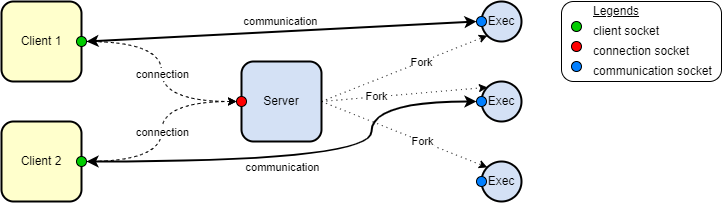
This is SchemaEtape1&2.drawio.png from Yalkann/ProjetFTP, a draw.io export, as it was before one commit. Source tidied: cells renumbered, new cells last; positions are measured from the earlier drawing's top-left corner, leaving out a move shared by most shapes.
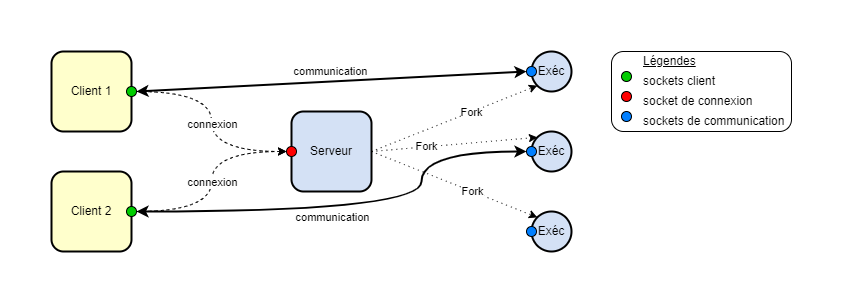
After the commit.

The edit, as a diff of the source:
```diff
@@ -3,12 +3,12 @@
     <mxCell id="0" />
     <mxCell id="1" parent="0" />
     <mxCell id="2" style="rounded=1;whiteSpace=wrap;html=1;shadow=0;sketch=0;strokeColor=default;strokeWidth=1;fillColor=default;gradientColor=none;" parent="1" vertex="1">
-      <mxGeometry x="560" width="160" height="80" as="geometry" />
+      <mxGeometry x="560" width="180" height="80" as="geometry" />
     </mxCell>
     <mxCell id="3" value="Client 1" style="rounded=1;whiteSpace=wrap;html=1;strokeWidth=2;fillColor=#FFFFCC;" parent="1" vertex="1">
       <mxGeometry width="80" height="80" as="geometry" />
     </mxCell>
-    <mxCell id="4" value="Server" style="rounded=1;whiteSpace=wrap;html=1;strokeWidth=2;fillColor=#D4E1F5;" parent="1" vertex="1">
+    <mxCell id="4" value="Serveur" style="rounded=1;whiteSpace=wrap;html=1;strokeWidth=2;fillColor=#D4E1F5;" parent="1" vertex="1">
       <mxGeometry x="240" y="60" width="80" height="80" as="geometry" />
     </mxCell>
     <mxCell id="5" value="Client 2" style="rounded=1;whiteSpace=wrap;html=1;strokeWidth=2;fillColor=#FFFFCC;" parent="1" vertex="1">
@@ -23,13 +23,13 @@
     <mxCell id="8" style="ellipse;whiteSpace=wrap;html=1;shadow=0;sketch=0;strokeColor=default;fillColor=#FF0000;gradientColor=none;" parent="1" vertex="1">
       <mxGeometry x="235" y="95" width="10" height="10" as="geometry" />
     </mxCell>
-    <mxCell id="9" value="Exec" style="ellipse;whiteSpace=wrap;html=1;shadow=0;sketch=0;strokeColor=default;fillColor=#D4E1F5;gradientColor=none;strokeWidth=2;" parent="1" vertex="1">
+    <mxCell id="9" value="Exéc" style="ellipse;whiteSpace=wrap;html=1;shadow=0;sketch=0;strokeColor=default;fillColor=#D4E1F5;gradientColor=none;strokeWidth=2;" parent="1" vertex="1">
       <mxGeometry x="480" width="40" height="40" as="geometry" />
     </mxCell>
-    <mxCell id="10" value="Exec" style="ellipse;whiteSpace=wrap;html=1;shadow=0;sketch=0;strokeColor=default;fillColor=#D4E1F5;gradientColor=none;strokeWidth=2;" parent="1" vertex="1">
+    <mxCell id="10" value="Exéc" style="ellipse;whiteSpace=wrap;html=1;shadow=0;sketch=0;strokeColor=default;fillColor=#D4E1F5;gradientColor=none;strokeWidth=2;" parent="1" vertex="1">
       <mxGeometry x="480" y="80" width="40" height="40" as="geometry" />
     </mxCell>
-    <mxCell id="11" value="Exec" style="ellipse;whiteSpace=wrap;html=1;shadow=0;sketch=0;strokeColor=default;fillColor=#D4E1F5;gradientColor=none;strokeWidth=2;" parent="1" vertex="1">
+    <mxCell id="11" value="Exéc" style="ellipse;whiteSpace=wrap;html=1;shadow=0;sketch=0;strokeColor=default;fillColor=#D4E1F5;gradientColor=none;strokeWidth=2;" parent="1" vertex="1">
       <mxGeometry x="480" y="160" width="40" height="40" as="geometry" />
     </mxCell>
     <mxCell id="12" style="ellipse;whiteSpace=wrap;html=1;shadow=0;sketch=0;strokeColor=default;fillColor=#007FFF;gradientColor=none;" parent="1" vertex="1">
@@ -60,7 +60,7 @@
     <mxCell id="18" style="endArrow=classic;html=1;rounded=0;strokeColor=default;strokeWidth=1;exitX=1;exitY=0.5;exitDx=0;exitDy=0;entryX=0;entryY=0.5;entryDx=0;entryDy=0;dashed=1;edgeStyle=orthogonalEdgeStyle;curved=1;" parent="1" edge="1" source="6" target="8">
       <mxGeometry relative="1" as="geometry" />
     </mxCell>
-    <mxCell id="19" value="connection" style="edgeLabel;html=1;align=center;verticalAlign=middle;" parent="18" vertex="1">
+    <mxCell id="19" value="connexion" style="edgeLabel;html=1;align=center;verticalAlign=middle;" parent="18" vertex="1">
       <mxGeometry x="-0.09" y="-8" relative="1" as="geometry">
         <mxPoint x="8" y="11" as="offset" />
       </mxGeometry>
@@ -88,7 +88,7 @@
     <mxCell id="26" value="Fork" style="edgeLabel;html=1;align=center;verticalAlign=middle;" parent="1" vertex="1">
       <mxGeometry x="420" y="140" as="geometry" />
     </mxCell>
-    <mxCell id="27" value="connection" style="edgeLabel;html=1;align=center;verticalAlign=middle;" parent="1" vertex="1">
+    <mxCell id="27" value="connexion" style="edgeLabel;html=1;align=center;verticalAlign=middle;" parent="1" vertex="1">
       <mxGeometry x="160" y="130" as="geometry" />
     </mxCell>
     <mxCell id="28" value="communication" style="edgeLabel;html=1;align=center;verticalAlign=middle;" parent="1" vertex="1">
@@ -103,16 +103,16 @@
     <mxCell id="31" style="ellipse;whiteSpace=wrap;html=1;shadow=0;sketch=0;strokeColor=default;fillColor=#00CC00;gradientColor=none;" parent="1" vertex="1">
       <mxGeometry x="570" y="20" width="10" height="10" as="geometry" />
     </mxCell>
-    <mxCell id="32" value="client socket" style="text;html=1;strokeColor=none;fillColor=none;align=left;verticalAlign=middle;whiteSpace=wrap;rounded=0;shadow=0;sketch=0;" parent="1" vertex="1">
+    <mxCell id="32" value="sockets client" style="text;html=1;strokeColor=none;fillColor=none;align=left;verticalAlign=middle;whiteSpace=wrap;rounded=0;shadow=0;sketch=0;" parent="1" vertex="1">
       <mxGeometry x="590" y="20" width="100" height="20" as="geometry" />
     </mxCell>
-    <mxCell id="33" value="connection socket" style="text;html=1;strokeColor=none;fillColor=none;align=left;verticalAlign=middle;whiteSpace=wrap;rounded=0;shadow=0;sketch=0;" parent="1" vertex="1">
-      <mxGeometry x="590" y="40" width="100" height="20" as="geometry" />
+    <mxCell id="33" value="socket de connexion" style="text;html=1;strokeColor=none;fillColor=none;align=left;verticalAlign=middle;whiteSpace=wrap;rounded=0;shadow=0;sketch=0;" parent="1" vertex="1">
+      <mxGeometry x="590" y="40" width="120" height="20" as="geometry" />
     </mxCell>
-    <mxCell id="34" value="communication socket" style="text;html=1;strokeColor=none;fillColor=none;align=left;verticalAlign=middle;whiteSpace=wrap;rounded=0;shadow=0;sketch=0;" parent="1" vertex="1">
-      <mxGeometry x="590" y="60" width="130" height="20" as="geometry" />
+    <mxCell id="34" value="sockets de communication" style="text;html=1;strokeColor=none;fillColor=none;align=left;verticalAlign=middle;whiteSpace=wrap;rounded=0;shadow=0;sketch=0;" parent="1" vertex="1">
+      <mxGeometry x="590" y="60" width="150" height="20" as="geometry" />
     </mxCell>
-    <mxCell id="35" value="&lt;u&gt;Legends&lt;/u&gt;" style="text;html=1;strokeColor=none;fillColor=none;align=left;verticalAlign=middle;whiteSpace=wrap;rounded=0;shadow=0;sketch=0;" parent="1" vertex="1">
+    <mxCell id="35" value="&lt;u&gt;Légendes&lt;/u&gt;" style="text;html=1;strokeColor=none;fillColor=none;align=left;verticalAlign=middle;whiteSpace=wrap;rounded=0;shadow=0;sketch=0;" parent="1" vertex="1">
       <mxGeometry x="590" width="100" height="20" as="geometry" />
     </mxCell>
   </root>
```
